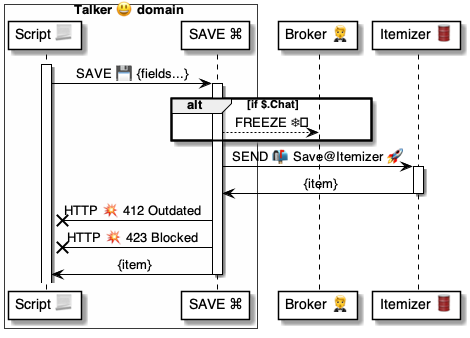
pollyweb-org/pollyweb-docs keeps this PlantUML diagram as 4 ⚙️ Solution/37 Scripts 📃/📃 Commands ⌘/⌘ for datasets 🪣/SAVE 💾/💾 SAVE ⚙️ uml.png. Above is the earlier version. Its source is kept beside it as 4 ⚙️ Solution/37 Scripts 📃/📃 Commands ⌘/⌘ for datasets 🪣/SAVE 💾/💾 SAVE ⚙️ uml.puml. Its diagram source:
```plantuml
@startuml SAVE

box Talker 😃 domain #FFFFFA
    participant "Script 📃" as script
    participant "SAVE ⌘" as cmd
end box
participant "Broker 🤵" as broker
participant "Itemizer 🛢" as itemizer


activate script
    script -> cmd: SAVE 💾 {fields...}

activate cmd

    alt if $.Chat
        cmd --> broker: FREEZE ❄️
    end alt

    cmd -> itemizer: SEND 📬 Save@Itemizer 🚀

    activate itemizer
        itemizer -> cmd: {item}
    deactivate itemizer

    cmd -x script: HTTP 💥 412 Outdated
    cmd -x script: HTTP 💥 423 Blocked
    cmd -> script: {item}
deactivate cmd


@enduml
```
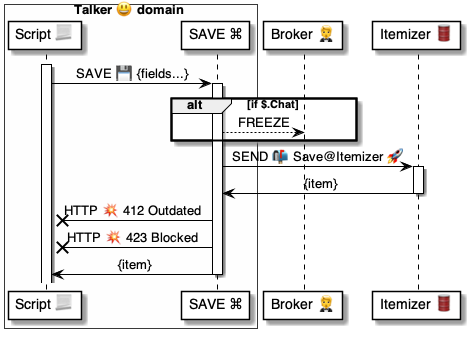
Later version of the same file.

What changed in the source:
```diff
@@ -14,7 +14,7 @@
 activate cmd
 
     alt if $.Chat
-        cmd --> broker: FREEZE ❄️
+        cmd --> broker: FREEZE
     end alt
 
     cmd -> itemizer: SEND 📬 Save@Itemizer 🚀
```
